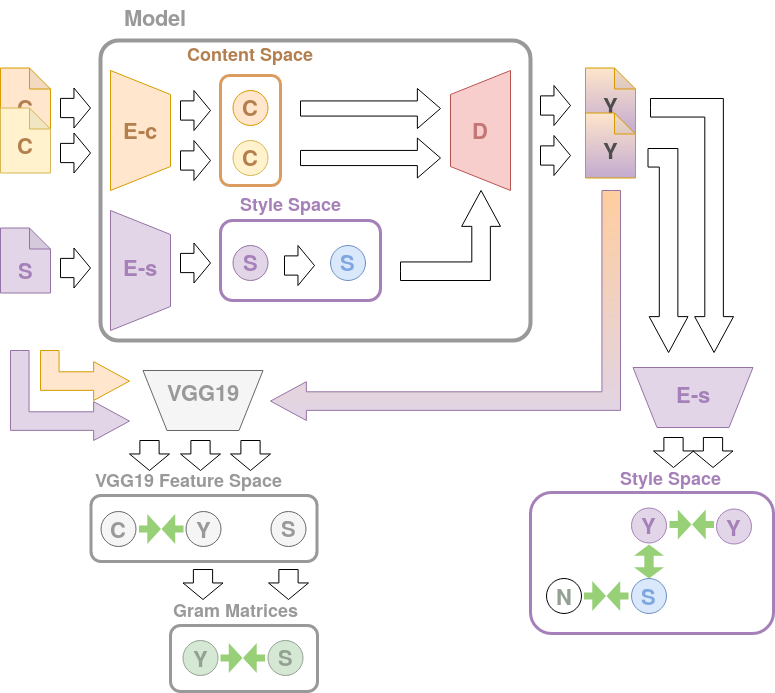
Above: presentation/1219/pipelinefull.png in dfuchsgruber/VariationalStyleTransfer (draw.io), before the change. Source tidied: cells renumbered, new cells last; positions are measured from the earlier drawing's top-left corner, leaving out a move shared by most shapes.
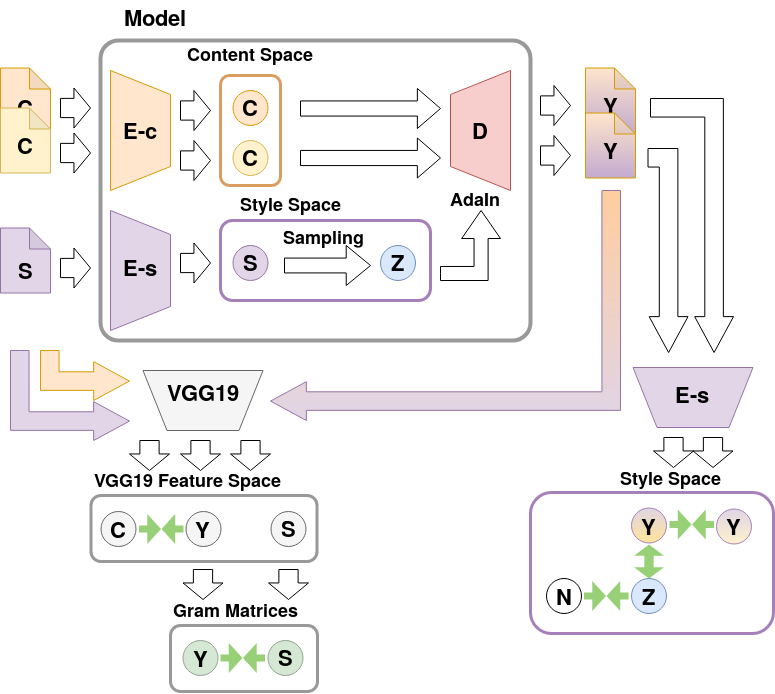
After the commit.

Change to the diagram source:
```diff
@@ -7,2 +7,5 @@
     </mxCell>
+    <mxCell id="87" style="rounded=1;whiteSpace=wrap;html=1;strokeColor=#999999;fillColor=none;strokeWidth=3;fontColor=#333333;" parent="1" vertex="1">
+      <mxGeometry x="170" y="625" width="147" height="66" as="geometry" />
+    </mxCell>
     <mxCell id="3" style="rounded=1;whiteSpace=wrap;html=1;strokeColor=#999999;fillColor=none;strokeWidth=3;fontColor=#333333;" parent="1" vertex="1">
@@ -19,3 +22,3 @@
     </mxCell>
-    <mxCell id="7" value="&lt;div style=&quot;font-size: 22px&quot; align=&quot;center&quot;&gt;&lt;font color=&quot;#B37F4E&quot;&gt;&lt;b&gt;C&lt;br&gt;&lt;/b&gt;&lt;/font&gt;&lt;/div&gt;" style="text;html=1;align=center;verticalAlign=top;spacingTop=-4;" parent="1" vertex="1">
+    <mxCell id="7" value="&lt;div style=&quot;font-size: 22px&quot; align=&quot;center&quot;&gt;&lt;font&gt;&lt;b&gt;C&lt;br&gt;&lt;/b&gt;&lt;/font&gt;&lt;/div&gt;" style="text;html=1;align=center;verticalAlign=top;spacingTop=-4;fontColor=#000000;" parent="1" vertex="1">
       <mxGeometry x="10" y="90" width="30" height="20" as="geometry" />
@@ -23,3 +26,3 @@
     <mxCell id="8" style="rounded=1;whiteSpace=wrap;html=1;strokeColor=#A680B8;fillColor=none;strokeWidth=3;" parent="1" vertex="1">
-      <mxGeometry x="220" y="220" width="160" height="80" as="geometry" />
+      <mxGeometry x="220" y="220" width="210" height="80" as="geometry" />
     </mxCell>
@@ -67,7 +70,7 @@
     </mxCell>
-    <mxCell id="23" style="shape=singleArrow;whiteSpace=wrap;html=1;arrowWidth=0.4809523809523815;arrowSize=0.5514285714285729;" parent="1" vertex="1">
-      <mxGeometry x="284" y="245" width="30" height="40" as="geometry" />
+    <mxCell id="23" style="shape=singleArrow;whiteSpace=wrap;html=1;arrowWidth=0.3714285714285694;arrowSize=0.282392026578073;" parent="1" vertex="1">
+      <mxGeometry x="284" y="245" width="86" height="40" as="geometry" />
     </mxCell>
     <mxCell id="24" style="ellipse;whiteSpace=wrap;html=1;fillColor=#dae8fc;strokeColor=#6c8ebf;" parent="1" vertex="1">
-      <mxGeometry x="330" y="245" width="35" height="35" as="geometry" />
+      <mxGeometry x="380" y="245" width="35" height="35" as="geometry" />
     </mxCell>
@@ -82,4 +85,4 @@
     </mxCell>
-    <mxCell id="28" style="html=1;align=center;verticalAlign=middle;shape=mxgraph.arrows2.bendArrow;dy=9.28;dx=35.86;notch=0;arrowHead=38.83;strokeColor=#000000;fillColor=#ffffff;direction=south;flipH=0;flipV=1;" parent="1" vertex="1">
-      <mxGeometry x="400" y="190" width="100" height="90" as="geometry" />
+    <mxCell id="28" style="html=1;align=center;verticalAlign=middle;shape=mxgraph.arrows2.bendArrow;dy=7.02;dx=28;notch=0;arrowHead=38.83;strokeColor=#000000;fillColor=#ffffff;direction=south;flipH=0;flipV=1;" parent="1" vertex="1">
+      <mxGeometry x="440" y="210" width="60" height="70" as="geometry" />
     </mxCell>
@@ -106,39 +109,39 @@
     </mxCell>
-    <mxCell id="36" value="&lt;div style=&quot;font-size: 22px&quot; align=&quot;center&quot;&gt;&lt;font style=&quot;font-size: 22px&quot; color=&quot;#999999&quot;&gt;&lt;b&gt;Model&lt;/b&gt;&lt;/font&gt;&lt;/div&gt;" style="text;html=1;align=center;verticalAlign=top;spacingTop=-4;" parent="1" vertex="1">
+    <mxCell id="36" value="&lt;div style=&quot;font-size: 22px&quot; align=&quot;center&quot;&gt;&lt;font style=&quot;font-size: 22px&quot;&gt;&lt;b&gt;Model&lt;/b&gt;&lt;/font&gt;&lt;/div&gt;" style="text;html=1;align=center;verticalAlign=top;spacingTop=-4;fontColor=#000000;" parent="1" vertex="1">
       <mxGeometry x="115" width="80" height="20" as="geometry" />
     </mxCell>
-    <mxCell id="37" value="&lt;div style=&quot;font-size: 22px&quot; align=&quot;center&quot;&gt;&lt;font color=&quot;#B37F4E&quot;&gt;&lt;b&gt;C&lt;br&gt;&lt;/b&gt;&lt;/font&gt;&lt;/div&gt;" style="text;html=1;align=center;verticalAlign=top;spacingTop=-4;" parent="1" vertex="1">
+    <mxCell id="37" value="&lt;div style=&quot;font-size: 22px&quot; align=&quot;center&quot;&gt;&lt;font&gt;&lt;b&gt;C&lt;br&gt;&lt;/b&gt;&lt;/font&gt;&lt;/div&gt;" style="text;html=1;align=center;verticalAlign=top;spacingTop=-4;fontColor=#000000;" parent="1" vertex="1">
       <mxGeometry x="10" y="127.5" width="30" height="20" as="geometry" />
     </mxCell>
-    <mxCell id="38" value="&lt;div style=&quot;font-size: 22px&quot; align=&quot;center&quot;&gt;&lt;font color=&quot;#B37F4E&quot;&gt;&lt;b&gt;C&lt;br&gt;&lt;/b&gt;&lt;/font&gt;&lt;/div&gt;" style="text;html=1;align=center;verticalAlign=top;spacingTop=-4;" parent="1" vertex="1">
+    <mxCell id="38" value="&lt;div style=&quot;font-size: 22px&quot; align=&quot;center&quot;&gt;&lt;font&gt;&lt;b&gt;C&lt;br&gt;&lt;/b&gt;&lt;/font&gt;&lt;/div&gt;" style="text;html=1;align=center;verticalAlign=top;spacingTop=-4;fontColor=#000000;" parent="1" vertex="1">
       <mxGeometry x="235" y="90" width="30" height="20" as="geometry" />
     </mxCell>
-    <mxCell id="39" value="&lt;div style=&quot;font-size: 22px&quot; align=&quot;center&quot;&gt;&lt;font color=&quot;#B37F4E&quot;&gt;&lt;b&gt;C&lt;br&gt;&lt;/b&gt;&lt;/font&gt;&lt;/div&gt;" style="text;html=1;align=center;verticalAlign=top;spacingTop=-4;" parent="1" vertex="1">
+    <mxCell id="39" value="&lt;div style=&quot;font-size: 22px&quot; align=&quot;center&quot;&gt;&lt;font&gt;&lt;b&gt;C&lt;br&gt;&lt;/b&gt;&lt;/font&gt;&lt;/div&gt;" style="text;html=1;align=center;verticalAlign=top;spacingTop=-4;fontColor=#000000;" parent="1" vertex="1">
       <mxGeometry x="235" y="140" width="30" height="20" as="geometry" />
     </mxCell>
-    <mxCell id="40" value="&lt;div style=&quot;font-size: 22px&quot; align=&quot;center&quot;&gt;&lt;font color=&quot;#B37F4E&quot;&gt;&lt;b&gt;E-c&lt;br&gt;&lt;/b&gt;&lt;/font&gt;&lt;/div&gt;" style="text;html=1;align=center;verticalAlign=top;spacingTop=-4;" parent="1" vertex="1">
+    <mxCell id="40" value="&lt;div style=&quot;font-size: 22px&quot; align=&quot;center&quot;&gt;&lt;font&gt;&lt;b&gt;E-c&lt;br&gt;&lt;/b&gt;&lt;/font&gt;&lt;/div&gt;" style="text;html=1;align=center;verticalAlign=top;spacingTop=-4;fontColor=#000000;" parent="1" vertex="1">
       <mxGeometry x="115" y="112.5" width="50" height="20" as="geometry" />
     </mxCell>
-    <mxCell id="41" value="&lt;div style=&quot;font-size: 22px&quot; align=&quot;center&quot;&gt;&lt;font color=&quot;#A680B8&quot;&gt;&lt;b&gt;E-s&lt;/b&gt;&lt;/font&gt;&lt;/div&gt;" style="text;html=1;align=center;verticalAlign=top;spacingTop=-4;" parent="1" vertex="1">
+    <mxCell id="41" value="&lt;div style=&quot;font-size: 22px&quot; align=&quot;center&quot;&gt;&lt;font&gt;&lt;b&gt;E-s&lt;/b&gt;&lt;/font&gt;&lt;/div&gt;" style="text;html=1;align=center;verticalAlign=top;spacingTop=-4;fontColor=#000000;" parent="1" vertex="1">
       <mxGeometry x="115" y="250" width="50" height="20" as="geometry" />
     </mxCell>
-    <mxCell id="42" value="&lt;div style=&quot;font-size: 22px&quot; align=&quot;center&quot;&gt;&lt;font color=&quot;#A680B8&quot;&gt;&lt;b&gt;S&lt;/b&gt;&lt;/font&gt;&lt;/div&gt;" style="text;html=1;align=center;verticalAlign=top;spacingTop=-4;" parent="1" vertex="1">
+    <mxCell id="42" value="&lt;div style=&quot;font-size: 22px&quot; align=&quot;center&quot;&gt;&lt;font&gt;&lt;b&gt;S&lt;/b&gt;&lt;/font&gt;&lt;/div&gt;" style="text;html=1;align=center;verticalAlign=top;spacingTop=-4;fontColor=#000000;" parent="1" vertex="1">
       <mxGeometry x="10" y="252.5" width="30" height="20" as="geometry" />
     </mxCell>
-    <mxCell id="43" value="&lt;div style=&quot;font-size: 22px&quot; align=&quot;center&quot;&gt;&lt;font color=&quot;#A680B8&quot;&gt;&lt;b&gt;S&lt;/b&gt;&lt;/font&gt;&lt;/div&gt;" style="text;html=1;align=center;verticalAlign=top;spacingTop=-4;" parent="1" vertex="1">
+    <mxCell id="43" value="&lt;div style=&quot;font-size: 22px&quot; align=&quot;center&quot;&gt;&lt;font&gt;&lt;b&gt;S&lt;/b&gt;&lt;/font&gt;&lt;/div&gt;" style="text;html=1;align=center;verticalAlign=top;spacingTop=-4;fontColor=#000000;" parent="1" vertex="1">
       <mxGeometry x="235" y="245" width="30" height="20" as="geometry" />
     </mxCell>
-    <mxCell id="44" value="&lt;div style=&quot;font-size: 22px&quot; align=&quot;center&quot;&gt;&lt;font color=&quot;#7EA6E0&quot;&gt;&lt;b&gt;S&lt;/b&gt;&lt;/font&gt;&lt;/div&gt;" style="text;html=1;align=center;verticalAlign=top;spacingTop=-4;" parent="1" vertex="1">
-      <mxGeometry x="332.5" y="245" width="30" height="20" as="geometry" />
+    <mxCell id="44" value="&lt;div style=&quot;font-size: 22px&quot; align=&quot;center&quot;&gt;&lt;font&gt;&lt;b&gt;Z&lt;/b&gt;&lt;/font&gt;&lt;/div&gt;" style="text;html=1;align=center;verticalAlign=top;spacingTop=-4;fontColor=#000000;" parent="1" vertex="1">
+      <mxGeometry x="382.5" y="245" width="30" height="20" as="geometry" />
     </mxCell>
-    <mxCell id="45" value="&lt;div style=&quot;font-size: 22px&quot; align=&quot;center&quot;&gt;&lt;font color=&quot;#C47676&quot;&gt;&lt;b&gt;D&lt;/b&gt;&lt;/font&gt;&lt;/div&gt;" style="text;html=1;align=center;verticalAlign=top;spacingTop=-4;" parent="1" vertex="1">
+    <mxCell id="45" value="&lt;div style=&quot;font-size: 22px&quot; align=&quot;center&quot;&gt;&lt;font&gt;&lt;b&gt;D&lt;/b&gt;&lt;/font&gt;&lt;/div&gt;" style="text;html=1;align=center;verticalAlign=top;spacingTop=-4;fontColor=#000000;" parent="1" vertex="1">
       <mxGeometry x="465" y="112.5" width="30" height="20" as="geometry" />
     </mxCell>
-    <mxCell id="46" value="&lt;div style=&quot;font-size: 18px&quot; align=&quot;center&quot;&gt;&lt;font style=&quot;font-size: 18px&quot; color=&quot;#999999&quot;&gt;&lt;b&gt;&lt;font color=&quot;#B37F4E&quot;&gt;Content Space&lt;/font&gt;&lt;br&gt;&lt;/b&gt;&lt;/font&gt;&lt;/div&gt;" style="text;html=1;align=center;verticalAlign=top;spacingTop=-4;" parent="1" vertex="1">
+    <mxCell id="46" value="&lt;div style=&quot;font-size: 18px&quot; align=&quot;center&quot;&gt;&lt;font style=&quot;font-size: 18px&quot;&gt;&lt;b&gt;&lt;font&gt;Content Space&lt;/font&gt;&lt;br&gt;&lt;/b&gt;&lt;/font&gt;&lt;/div&gt;" style="text;html=1;align=center;verticalAlign=top;spacingTop=-4;fontColor=#000000;" parent="1" vertex="1">
       <mxGeometry x="180" y="40" width="140" height="20" as="geometry" />
     </mxCell>
-    <mxCell id="47" value="&lt;div style=&quot;font-size: 18px&quot; align=&quot;center&quot;&gt;&lt;font style=&quot;font-size: 18px&quot; color=&quot;#A680B8&quot;&gt;&lt;b&gt;Style Space&lt;br&gt;&lt;/b&gt;&lt;/font&gt;&lt;/div&gt;" style="text;html=1;align=center;verticalAlign=top;spacingTop=-4;" parent="1" vertex="1">
+    <mxCell id="47" value="&lt;div style=&quot;font-size: 18px&quot; align=&quot;center&quot;&gt;&lt;font style=&quot;font-size: 18px&quot;&gt;&lt;b&gt;Style Space&lt;br&gt;&lt;/b&gt;&lt;/font&gt;&lt;/div&gt;" style="text;html=1;align=center;verticalAlign=top;spacingTop=-4;fontColor=#000000;" parent="1" vertex="1">
       <mxGeometry x="230" y="190" width="120" height="20" as="geometry" />
     </mxCell>
-    <mxCell id="48" value="&lt;font style=&quot;font-size: 22px&quot; color=&quot;#4D4D4D&quot;&gt;&lt;b&gt;Y&lt;br&gt;&lt;/b&gt;&lt;/font&gt;" style="text;html=1;align=center;verticalAlign=top;spacingTop=-4;" parent="1" vertex="1">
+    <mxCell id="48" value="&lt;font style=&quot;font-size: 22px&quot;&gt;&lt;b&gt;Y&lt;br&gt;&lt;/b&gt;&lt;/font&gt;" style="text;html=1;align=center;verticalAlign=top;spacingTop=-4;fontColor=#000000;" parent="1" vertex="1">
       <mxGeometry x="595" y="88" width="30" height="20" as="geometry" />
@@ -151,3 +154,3 @@
     </mxCell>
-    <mxCell id="51" value="&lt;div style=&quot;font-size: 22px&quot; align=&quot;center&quot;&gt;&lt;font color=&quot;#A680B8&quot;&gt;&lt;b&gt;E-s&lt;/b&gt;&lt;/font&gt;&lt;/div&gt;" style="text;html=1;align=center;verticalAlign=top;spacingTop=-4;direction=south;" parent="1" vertex="1">
+    <mxCell id="51" value="&lt;div style=&quot;font-size: 22px&quot; align=&quot;center&quot;&gt;&lt;font&gt;&lt;b&gt;E-s&lt;/b&gt;&lt;/font&gt;&lt;/div&gt;" style="text;html=1;align=center;verticalAlign=top;spacingTop=-4;direction=south;fontColor=#000000;" parent="1" vertex="1">
       <mxGeometry x="682.5" y="377" width="20" height="50" as="geometry" />
@@ -160,13 +163,13 @@
     </mxCell>
-    <mxCell id="54" style="ellipse;whiteSpace=wrap;html=1;fillColor=#E1D5E7;strokeColor=#A680B8;gradientDirection=east;gradientColor=none;direction=south;" parent="1" vertex="1">
+    <mxCell id="54" style="ellipse;whiteSpace=wrap;html=1;fillColor=#E1D5E7;strokeColor=#A680B8;gradientDirection=east;gradientColor=#FFE599;direction=south;" parent="1" vertex="1">
       <mxGeometry x="631" y="507.5" width="35" height="35" as="geometry" />
     </mxCell>
-    <mxCell id="55" value="&lt;font style=&quot;font-size: 22px&quot; color=&quot;#A680B8&quot;&gt;&lt;b&gt;Y&lt;br&gt;&lt;/b&gt;&lt;/font&gt;" style="text;html=1;align=center;verticalAlign=top;spacingTop=-4;direction=south;" parent="1" vertex="1">
+    <mxCell id="55" value="&lt;font style=&quot;font-size: 22px&quot;&gt;&lt;b&gt;Y&lt;br&gt;&lt;/b&gt;&lt;/font&gt;" style="text;html=1;align=center;verticalAlign=top;spacingTop=-4;direction=south;fontColor=#000000;" parent="1" vertex="1">
       <mxGeometry x="638.5" y="508.5" width="20" height="30" as="geometry" />
     </mxCell>
-    <mxCell id="56" style="ellipse;whiteSpace=wrap;html=1;fillColor=#E1D5E7;strokeColor=#A680B8;gradientDirection=east;gradientColor=none;direction=south;" parent="1" vertex="1">
+    <mxCell id="56" style="ellipse;whiteSpace=wrap;html=1;fillColor=#E1D5E7;strokeColor=#A680B8;gradientDirection=east;gradientColor=#FFF2CC;direction=south;" parent="1" vertex="1">
       <mxGeometry x="716" y="508.5" width="35" height="35" as="geometry" />
     </mxCell>
-    <mxCell id="57" value="&lt;font style=&quot;font-size: 22px&quot; color=&quot;#A680B8&quot;&gt;&lt;b&gt;Y&lt;br&gt;&lt;/b&gt;&lt;/font&gt;" style="text;html=1;align=center;verticalAlign=top;spacingTop=-4;direction=south;" parent="1" vertex="1">
-      <mxGeometry x="723.5" y="510" width="20" height="30" as="geometry" />
+    <mxCell id="57" value="&lt;font style=&quot;font-size: 22px&quot;&gt;&lt;b&gt;Y&lt;br&gt;&lt;/b&gt;&lt;/font&gt;" style="text;html=1;align=center;verticalAlign=top;spacingTop=-4;direction=west;fontColor=#000000;" parent="1" vertex="1">
+      <mxGeometry x="718.5" y="509" width="30" height="20" as="geometry" />
     </mxCell>
@@ -175,3 +178,3 @@
     </mxCell>
-    <mxCell id="59" value="&lt;font style=&quot;font-size: 22px&quot; color=&quot;#7EA6E0&quot;&gt;&lt;b&gt;S&lt;br&gt;&lt;/b&gt;&lt;/font&gt;" style="text;html=1;align=center;verticalAlign=top;spacingTop=-4;direction=south;" parent="1" vertex="1">
+    <mxCell id="59" value="&lt;font style=&quot;font-size: 22px&quot;&gt;&lt;b&gt;Z&lt;br&gt;&lt;/b&gt;&lt;/font&gt;" style="text;html=1;align=center;verticalAlign=top;spacingTop=-4;direction=south;fontColor=#000000;" parent="1" vertex="1">
       <mxGeometry x="633.5" y="579" width="30" height="20" as="geometry" />
@@ -184,3 +187,3 @@
     </mxCell>
-    <mxCell id="62" value="&lt;font style=&quot;font-size: 22px&quot;&gt;&lt;b&gt;&lt;font style=&quot;font-size: 22px&quot; color=&quot;#999999&quot;&gt;VGG19&lt;/font&gt;&lt;/b&gt;&lt;/font&gt;" style="text;html=1;align=center;verticalAlign=top;spacingTop=-4;direction=south;" parent="1" vertex="1">
+    <mxCell id="62" value="&lt;font style=&quot;font-size: 22px&quot;&gt;&lt;b&gt;&lt;font style=&quot;font-size: 22px&quot;&gt;VGG19&lt;/font&gt;&lt;/b&gt;&lt;/font&gt;" style="text;html=1;align=center;verticalAlign=top;spacingTop=-4;direction=south;fontColor=#000000;" parent="1" vertex="1">
       <mxGeometry x="157.5" y="375" width="90" height="20" as="geometry" />
@@ -190,3 +193,3 @@
     </mxCell>
-    <mxCell id="64" value="&lt;font style=&quot;font-size: 22px&quot; color=&quot;#4D4D4D&quot;&gt;&lt;b&gt;Y&lt;br&gt;&lt;/b&gt;&lt;/font&gt;" style="text;html=1;align=center;verticalAlign=top;spacingTop=-4;" parent="1" vertex="1">
+    <mxCell id="64" value="&lt;font style=&quot;font-size: 22px&quot;&gt;&lt;b&gt;Y&lt;br&gt;&lt;/b&gt;&lt;/font&gt;" style="text;html=1;align=center;verticalAlign=top;spacingTop=-4;fontColor=#000000;" parent="1" vertex="1">
       <mxGeometry x="595" y="133" width="30" height="20" as="geometry" />
@@ -199,3 +202,3 @@
     </mxCell>
-    <mxCell id="67" value="&lt;font style=&quot;font-size: 22px&quot; color=&quot;#999999&quot;&gt;&lt;b&gt;C&lt;br&gt;&lt;/b&gt;&lt;/font&gt;" style="text;html=1;align=center;verticalAlign=top;spacingTop=-4;direction=south;" parent="1" vertex="1">
+    <mxCell id="67" value="&lt;font style=&quot;font-size: 22px&quot;&gt;&lt;b&gt;C&lt;br&gt;&lt;/b&gt;&lt;/font&gt;" style="text;html=1;align=center;verticalAlign=top;spacingTop=-4;direction=south;fontColor=#000000;" parent="1" vertex="1">
       <mxGeometry x="103" y="512" width="30" height="20" as="geometry" />
@@ -205,3 +208,3 @@
     </mxCell>
-    <mxCell id="69" value="&lt;font style=&quot;font-size: 22px&quot; color=&quot;#999999&quot;&gt;&lt;b&gt;Y&lt;br&gt;&lt;/b&gt;&lt;/font&gt;" style="text;html=1;align=center;verticalAlign=top;spacingTop=-4;direction=south;" parent="1" vertex="1">
+    <mxCell id="69" value="&lt;font style=&quot;font-size: 22px&quot;&gt;&lt;b&gt;Y&lt;br&gt;&lt;/b&gt;&lt;/font&gt;" style="text;html=1;align=center;verticalAlign=top;spacingTop=-4;direction=south;fontColor=#000000;" parent="1" vertex="1">
       <mxGeometry x="188" y="512" width="30" height="20" as="geometry" />
@@ -220,3 +223,3 @@
     </mxCell>
-    <mxCell id="74" value="&lt;div style=&quot;font-size: 18px&quot; align=&quot;center&quot;&gt;&lt;font style=&quot;font-size: 18px&quot; color=&quot;#A680B8&quot;&gt;&lt;b&gt;Style Space&lt;br&gt;&lt;/b&gt;&lt;/font&gt;&lt;/div&gt;" style="text;html=1;align=center;verticalAlign=top;spacingTop=-4;" parent="1" vertex="1">
+    <mxCell id="74" value="&lt;div style=&quot;font-size: 18px&quot; align=&quot;center&quot;&gt;&lt;font style=&quot;font-size: 18px&quot;&gt;&lt;b&gt;Style Space&lt;br&gt;&lt;/b&gt;&lt;/font&gt;&lt;/div&gt;" style="text;html=1;align=center;verticalAlign=top;spacingTop=-4;fontColor=#000000;" parent="1" vertex="1">
       <mxGeometry x="610" y="464" width="120" height="20" as="geometry" />
@@ -229,6 +232,6 @@
     </mxCell>
-    <mxCell id="77" value="&lt;font style=&quot;font-size: 22px&quot; color=&quot;#999999&quot;&gt;&lt;b&gt;S&lt;br&gt;&lt;/b&gt;&lt;/font&gt;" style="text;html=1;align=center;verticalAlign=top;spacingTop=-4;direction=south;" parent="1" vertex="1">
+    <mxCell id="77" value="&lt;font style=&quot;font-size: 22px&quot;&gt;&lt;b&gt;S&lt;br&gt;&lt;/b&gt;&lt;/font&gt;" style="text;html=1;align=center;verticalAlign=top;spacingTop=-4;direction=south;fontColor=#000000;" parent="1" vertex="1">
       <mxGeometry x="273" y="511" width="30" height="20" as="geometry" />
     </mxCell>
-    <mxCell id="78" value="&lt;div style=&quot;font-size: 18px&quot; align=&quot;center&quot;&gt;&lt;font style=&quot;font-size: 18px&quot; color=&quot;#999999&quot;&gt;&lt;b&gt;VGG19 Feature Space&lt;br&gt;&lt;/b&gt;&lt;/font&gt;&lt;/div&gt;" style="text;html=1;align=center;verticalAlign=top;spacingTop=-4;" parent="1" vertex="1">
+    <mxCell id="78" value="&lt;div style=&quot;font-size: 18px&quot; align=&quot;center&quot;&gt;&lt;font style=&quot;font-size: 18px&quot;&gt;&lt;b&gt;VGG19 Feature Space&lt;br&gt;&lt;/b&gt;&lt;/font&gt;&lt;/div&gt;" style="text;html=1;align=center;verticalAlign=top;spacingTop=-4;fontColor=#000000;" parent="1" vertex="1">
       <mxGeometry x="88" y="466" width="200" height="20" as="geometry" />
@@ -244,3 +247,3 @@
     </mxCell>
-    <mxCell id="82" value="&lt;font style=&quot;font-size: 22px&quot; color=&quot;#93A193&quot;&gt;&lt;b&gt;Y&lt;br&gt;&lt;/b&gt;&lt;/font&gt;" style="text;html=1;align=center;verticalAlign=top;spacingTop=-4;direction=south;" parent="1" vertex="1">
+    <mxCell id="82" value="&lt;font style=&quot;font-size: 22px&quot;&gt;&lt;b&gt;Y&lt;br&gt;&lt;/b&gt;&lt;/font&gt;" style="text;html=1;align=center;verticalAlign=top;spacingTop=-4;direction=south;fontColor=#000000;" parent="1" vertex="1">
       <mxGeometry x="185" y="641" width="30" height="20" as="geometry" />
@@ -250,3 +253,3 @@
     </mxCell>
-    <mxCell id="84" value="&lt;font style=&quot;font-size: 22px&quot; color=&quot;#93A193&quot;&gt;&lt;b&gt;S&lt;br&gt;&lt;/b&gt;&lt;/font&gt;" style="text;html=1;align=center;verticalAlign=top;spacingTop=-4;direction=south;" parent="1" vertex="1">
+    <mxCell id="84" value="&lt;font style=&quot;font-size: 22px&quot;&gt;&lt;b&gt;S&lt;br&gt;&lt;/b&gt;&lt;/font&gt;" style="text;html=1;align=center;verticalAlign=top;spacingTop=-4;direction=south;fontColor=#000000;" parent="1" vertex="1">
       <mxGeometry x="270" y="640" width="30" height="20" as="geometry" />
@@ -259,6 +262,3 @@
     </mxCell>
-    <mxCell id="87" style="rounded=1;whiteSpace=wrap;html=1;strokeColor=#999999;fillColor=none;strokeWidth=3;fontColor=#333333;" parent="1" vertex="1">
-      <mxGeometry x="170" y="625" width="147" height="66" as="geometry" />
-    </mxCell>
-    <mxCell id="88" value="&lt;font style=&quot;font-size: 18px&quot; color=&quot;#999999&quot;&gt;&lt;b&gt;Gram Matrices&lt;br&gt;&lt;/b&gt;&lt;/font&gt;" style="text;html=1;align=center;verticalAlign=top;spacingTop=-4;" parent="1" vertex="1">
+    <mxCell id="88" value="&lt;font style=&quot;font-size: 18px&quot;&gt;&lt;b&gt;Gram Matrices&lt;br&gt;&lt;/b&gt;&lt;/font&gt;" style="text;html=1;align=center;verticalAlign=top;spacingTop=-4;fontColor=#000000;" parent="1" vertex="1">
       <mxGeometry x="165.5" y="595.5" width="140" height="20" as="geometry" />
@@ -268,3 +268,3 @@
     </mxCell>
-    <mxCell id="90" value="&lt;font style=&quot;font-size: 22px&quot; color=&quot;#93A193&quot;&gt;&lt;b&gt;N&lt;br&gt;&lt;/b&gt;&lt;/font&gt;" style="text;html=1;align=center;verticalAlign=top;spacingTop=-4;direction=south;" parent="1" vertex="1">
+    <mxCell id="90" value="&lt;font style=&quot;font-size: 22px&quot;&gt;&lt;b&gt;N&lt;br&gt;&lt;/b&gt;&lt;/font&gt;" style="text;html=1;align=center;verticalAlign=top;spacingTop=-4;direction=south;fontColor=#000000;" parent="1" vertex="1">
       <mxGeometry x="548.5" y="579" width="30" height="20" as="geometry" />
@@ -277,2 +277,8 @@
     </mxCell>
+    <mxCell id="93" value="&lt;div style=&quot;font-size: 18px&quot; align=&quot;center&quot;&gt;&lt;font style=&quot;font-size: 18px&quot;&gt;&lt;b&gt;Sampling&lt;br&gt;&lt;/b&gt;&lt;/font&gt;&lt;/div&gt;" style="text;html=1;align=center;verticalAlign=top;spacingTop=-4;fontColor=#000000;" parent="1" vertex="1">
+      <mxGeometry x="273" y="222.5" width="100" height="20" as="geometry" />
+    </mxCell>
+    <mxCell id="94" value="&lt;font style=&quot;font-size: 18px&quot;&gt;&lt;b&gt;AdaIn&lt;br&gt;&lt;/b&gt;&lt;/font&gt;" style="text;html=1;align=center;verticalAlign=top;spacingTop=-4;fontColor=#000000;" parent="1" vertex="1">
+      <mxGeometry x="440" y="185" width="70" height="20" as="geometry" />
+    </mxCell>
   </root>
```
